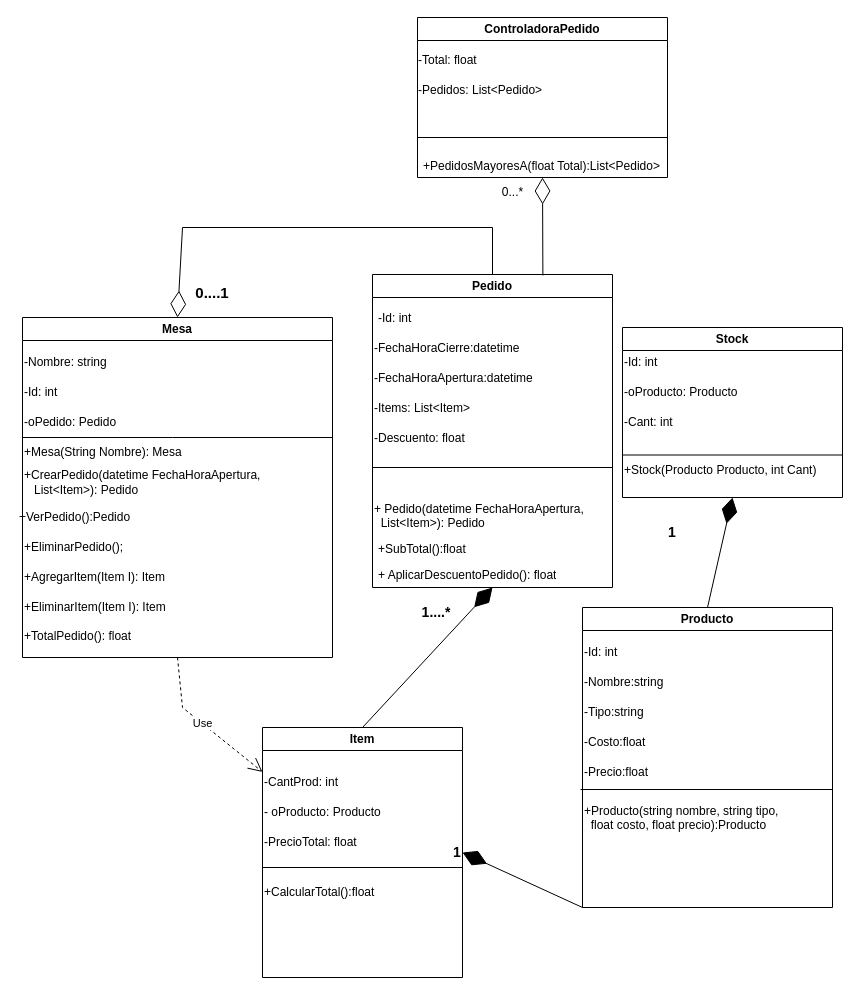
This is Diagrama E.drawio from VinceSM/Diagramas_Tito, a draw.io file, before an edit. Source tidied: cells renumbered, new cells numbered last; positions are measured from the earlier drawing's top-left corner, leaving out a move shared by most shapes. Both pictures are drawn from the tidied source at 100%, with x=0, y=0 at pixel (17, 17).
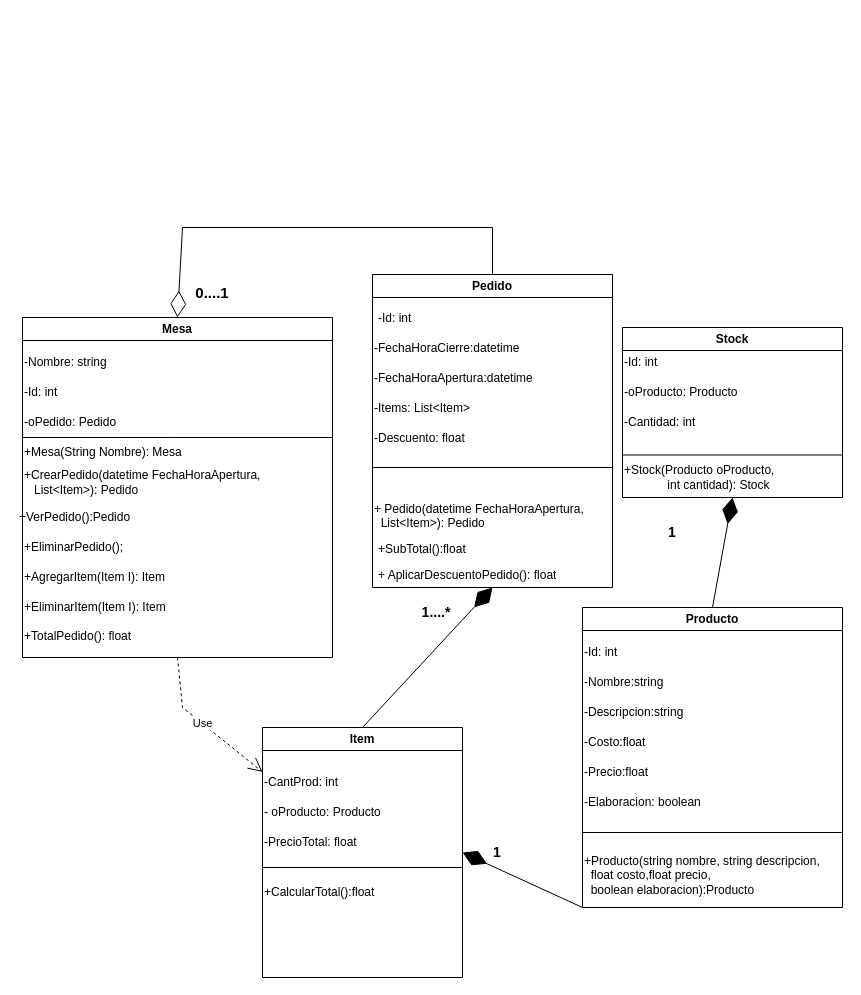
The same page after the edit.

Commit message (it also covers changes not shown here):
Diagrama Caso de Uso Agregado

The change refers to these unchanged cells:
```xml
<mxCell id="19" value="&lt;span style=&quot;&quot;&gt;-Precio:float&lt;/span&gt;" style="text;html=1;align=left;verticalAlign=middle;points=[];strokeColor=none;fillColor=none;" parent="14" vertex="1">
  <mxGeometry y="150" width="90" height="30" as="geometry" />
</mxCell>
<mxCell id="22" value="Pedido" style="swimlane;whiteSpace=wrap;html=1;" parent="1" vertex="1">
  <mxGeometry x="355" y="257" width="240" height="313" as="geometry" />
</mxCell>
<mxCell id="44" value="Stock" style="swimlane;whiteSpace=wrap;html=1;" parent="1" vertex="1">
  <mxGeometry x="605" y="310" width="220" height="170" as="geometry" />
</mxCell>
```

What changed in the source:
```diff
@@
     <mxCell id="14" value="Producto" style="swimlane;whiteSpace=wrap;html=1;verticalAlign=middle;" parent="1" vertex="1">
-      <mxGeometry x="565" y="590" width="250" height="300" as="geometry" />
+      <mxGeometry x="565" y="590" width="260" height="300" as="geometry" />
     </mxCell>
-    <mxCell id="15" value="-Tipo:string" style="text;html=1;align=left;verticalAlign=middle;strokeColor=none;fillColor=none;" parent="14" vertex="1">
-      <mxGeometry y="90" width="80" height="30" as="geometry" />
+    <mxCell id="15" value="-Descripcion:string" style="text;html=1;align=left;verticalAlign=middle;strokeColor=none;fillColor=none;" parent="14" vertex="1">
+      <mxGeometry y="90" width="120" height="30" as="geometry" />
     </mxCell>
@@
-    <mxCell id="20" style="endArrow=none;html=1;rounded=0;exitX=-0.022;exitY=1.067;exitDx=0;exitDy=0;exitPerimeter=0;" parent="14" edge="1" source="19">
-      <mxGeometry relative="1" as="geometry">
-        <mxPoint x="250" y="182" as="targetPoint" />
-      </mxGeometry>
-    </mxCell>
-    <mxCell id="21" value="+Producto(string nombre, string tipo, &lt;br&gt;&lt;span style=&quot;white-space: pre;&quot;&gt; &lt;/span&gt;&lt;span style=&quot;white-space: pre;&quot;&gt; &lt;/span&gt;float costo, float precio):Producto" style="text;html=1;align=left;verticalAlign=top;strokeColor=none;fillColor=none;" parent="14" vertex="1">
-      <mxGeometry y="190" width="250" height="40" as="geometry" />
+    <mxCell id="21" value="+Producto(string nombre, string descripcion, &lt;br&gt;&lt;span style=&quot;white-space: pre;&quot;&gt; &lt;/span&gt;&lt;span style=&quot;white-space: pre;&quot;&gt; &lt;/span&gt;float costo,float precio, &lt;br&gt;&amp;nbsp; boolean elaboracion):Producto" style="text;html=1;align=left;verticalAlign=top;strokeColor=none;fillColor=none;" parent="14" vertex="1">
+      <mxGeometry y="240" width="260" height="60" as="geometry" />
     </mxCell>
+    <mxCell id="61" value="&lt;div style=&quot;&quot;&gt;&lt;span style=&quot;background-color: initial;&quot;&gt;-Elaboracion: boolean&lt;/span&gt;&lt;/div&gt;" style="text;html=1;align=left;verticalAlign=middle;strokeColor=none;fillColor=none;" parent="14" vertex="1">
+      <mxGeometry y="180" width="140" height="30" as="geometry" />
+    </mxCell>
@@
     <mxCell id="40" value="&lt;b&gt;&lt;font style=&quot;font-size: 14px;&quot;&gt;1&lt;/font&gt;&lt;/b&gt;" style="text;html=1;strokeColor=none;fillColor=none;align=center;verticalAlign=middle;whiteSpace=wrap;rounded=0;" parent="1" vertex="1">
-      <mxGeometry x="425" y="820" width="30" height="30" as="geometry" />
+      <mxGeometry x="465" y="820" width="30" height="30" as="geometry" />
     </mxCell>
@@
-    <mxCell id="47" value="-Cant: int" style="text;html=1;align=left;verticalAlign=middle;strokeColor=none;fillColor=none;" parent="44" vertex="1">
-      <mxGeometry y="80" width="70" height="30" as="geometry" />
+    <mxCell id="47" value="-Cantidad: int" style="text;html=1;align=left;verticalAlign=middle;strokeColor=none;fillColor=none;" parent="44" vertex="1">
+      <mxGeometry y="80" width="90" height="30" as="geometry" />
     </mxCell>
-    <mxCell id="48" value="+Stock(Producto Producto, int Cant)" style="text;html=1;align=left;verticalAlign=middle;strokeColor=none;fillColor=none;" parent="44" vertex="1">
-      <mxGeometry y="128" width="220" height="30" as="geometry" />
+    <mxCell id="48" value="+Stock(Producto oProducto, &lt;br&gt;&amp;nbsp; &amp;nbsp; &amp;nbsp; &amp;nbsp; &amp;nbsp; &amp;nbsp; &amp;nbsp;int cantidad): Stock" style="text;html=1;align=left;verticalAlign=middle;strokeColor=none;fillColor=none;" parent="44" vertex="1">
+      <mxGeometry y="130" width="170" height="40" as="geometry" />
     </mxCell>
@@
-    <mxCell id="51" value="ControladoraPedido" style="swimlane;whiteSpace=wrap;html=1;" parent="1" vertex="1">
-      <mxGeometry x="400" width="250" height="160" as="geometry" />
-    </mxCell>
-    <mxCell id="52" value="+PedidosMayoresA(float Total):List&amp;lt;Pedido&amp;gt;" style="text;strokeColor=none;fillColor=none;align=left;verticalAlign=top;spacingLeft=4;spacingRight=4;overflow=hidden;whiteSpace=wrap;html=1;" parent="51" vertex="1">
-      <mxGeometry y="135" width="250" height="25" as="geometry" />
-    </mxCell>
-    <mxCell id="53" value="-Total: float" style="text;html=1;align=left;verticalAlign=middle;strokeColor=none;fillColor=none;" parent="51" vertex="1">
-      <mxGeometry x="-1" y="28" width="80" height="30" as="geometry" />
-    </mxCell>
-    <mxCell id="54" value="-Pedidos: List&amp;lt;Pedido&amp;gt;" style="text;html=1;align=left;verticalAlign=middle;strokeColor=none;fillColor=none;" parent="51" vertex="1">
-      <mxGeometry x="-1" y="58" width="150" height="30" as="geometry" />
-    </mxCell>
-    <mxCell id="55" style="endArrow=diamondThin;endFill=0;endSize=24;html=1;rounded=0;exitX=0.71;exitY=0.003;exitDx=0;exitDy=0;entryX=0.5;entryY=1;entryDx=0;entryDy=0;exitPerimeter=0;" parent="1" edge="1" source="22" target="51">
-      <mxGeometry relative="1" as="geometry" />
-    </mxCell>
-    <mxCell id="56" value="0...*" style="text;html=1;align=center;verticalAlign=middle;strokeColor=none;fillColor=none;" parent="1" vertex="1">
-      <mxGeometry x="475" y="160" width="40" height="30" as="geometry" />
-    </mxCell>
-    <mxCell id="57" style="endArrow=none;html=1;rounded=0;entryX=1;entryY=0.75;entryDx=0;entryDy=0;exitX=0;exitY=0.75;exitDx=0;exitDy=0;" parent="1" edge="1" source="51" target="51">
-      <mxGeometry relative="1" as="geometry" />
-    </mxCell>
@@
+    <mxCell id="20" style="endArrow=none;html=1;rounded=0;exitX=0;exitY=0.75;exitDx=0;exitDy=0;entryX=1;entryY=0.75;entryDx=0;entryDy=0;" parent="1" edge="1" source="14" target="14">
+      <mxGeometry relative="1" as="geometry" />
+    </mxCell>
```
